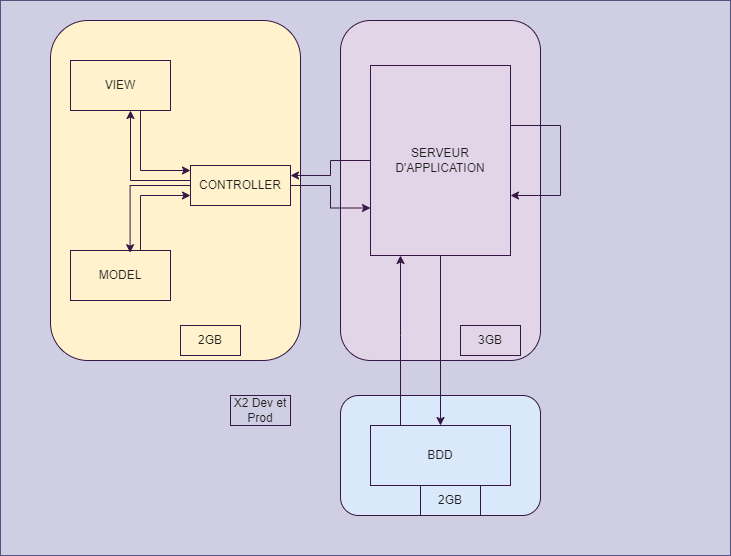
Before: atelier2/RENDU/img/Dynamique.drawio.png, a diagram exported from draw.io (bellat-tristan/ASI---WebDynamique---Microservices). Source tidied: cells renumbered, new cells last; positions are measured from the earlier drawing's top-left corner, leaving out a move shared by most shapes. Its diagram source:
```xml
<mxGraphModel>
  <root>
    <mxCell id="0" />
    <mxCell id="1" parent="0" />
    <mxCell id="2" style="rounded=0;whiteSpace=wrap;html=1;strokeColor=#56517e;fillColor=#d0cee2;" parent="1" vertex="1">
      <mxGeometry width="730" height="555" as="geometry" />
    </mxCell>
    <mxCell id="3" style="rounded=1;whiteSpace=wrap;html=1;fillColor=#e1d5e7;strokeColor=#361645;fontColor=#1F1F1F;" parent="1" vertex="1">
      <mxGeometry x="340" y="20" width="200" height="340" as="geometry" />
    </mxCell>
    <mxCell id="4" style="rounded=1;whiteSpace=wrap;html=1;fillColor=#dae8fc;strokeColor=#361645;fontColor=#1F1F1F;" parent="1" vertex="1">
      <mxGeometry x="340" y="395" width="200" height="120" as="geometry" />
    </mxCell>
    <mxCell id="5" style="edgeStyle=orthogonalEdgeStyle;rounded=0;jettySize=auto;html=1;entryX=0.5;entryY=0;entryDx=0;entryDy=0;fontColor=#1F1F1F;strokeColor=#361645;" parent="1" edge="1" source="6" target="8">
      <mxGeometry relative="1" as="geometry" />
    </mxCell>
    <mxCell id="6" value="SERVEUR D'APPLICATION" style="rounded=0;whiteSpace=wrap;html=1;fillColor=none;fontColor=#1F1F1F;strokeColor=#361645;" parent="1" vertex="1">
      <mxGeometry x="370" y="65" width="140" height="190" as="geometry" />
    </mxCell>
    <mxCell id="7" style="edgeStyle=orthogonalEdgeStyle;rounded=0;jettySize=auto;html=1;fontColor=#1F1F1F;strokeColor=#361645;" parent="1" edge="1" source="8" target="6">
      <mxGeometry relative="1" as="geometry">
        <Array as="points">
          <mxPoint x="400" y="335" />
          <mxPoint x="400" y="335" />
        </Array>
      </mxGeometry>
    </mxCell>
    <mxCell id="8" value="BDD" style="rounded=0;whiteSpace=wrap;html=1;fillColor=none;fontColor=#1F1F1F;strokeColor=#361645;" parent="1" vertex="1">
      <mxGeometry x="370" y="425" width="140" height="60" as="geometry" />
    </mxCell>
    <mxCell id="9" style="edgeStyle=orthogonalEdgeStyle;rounded=0;orthogonalLoop=1;jettySize=auto;html=1;fontColor=#1F1F1F;strokeColor=#361645;" parent="1" edge="1" source="6" target="6">
      <mxGeometry relative="1" as="geometry">
        <Array as="points">
          <mxPoint x="560" y="195" />
        </Array>
      </mxGeometry>
    </mxCell>
    <mxCell id="10" value="X2 Dev et Prod" style="text;html=1;align=center;verticalAlign=middle;whiteSpace=wrap;rounded=0;fontColor=#1F1F1F;strokeColor=#361645;" parent="1" vertex="1">
      <mxGeometry x="230" y="395" width="60" height="30" as="geometry" />
    </mxCell>
    <mxCell id="11" value="2GB" style="text;html=1;align=center;verticalAlign=middle;whiteSpace=wrap;rounded=0;fontColor=#1F1F1F;strokeColor=#361645;" parent="1" vertex="1">
      <mxGeometry x="420" y="485" width="60" height="30" as="geometry" />
    </mxCell>
    <mxCell id="12" value="3GB" style="text;html=1;align=center;verticalAlign=middle;whiteSpace=wrap;rounded=0;fontColor=#1F1F1F;strokeColor=#361645;" parent="1" vertex="1">
      <mxGeometry x="460" y="325" width="60" height="30" as="geometry" />
    </mxCell>
    <mxCell id="13" style="rounded=1;whiteSpace=wrap;html=1;fillColor=#fff2cc;strokeColor=#361645;fontColor=#1F1F1F;" parent="1" vertex="1">
      <mxGeometry x="50" y="20" width="250" height="340" as="geometry" />
    </mxCell>
    <mxCell id="14" style="edgeStyle=orthogonalEdgeStyle;rounded=0;jettySize=auto;html=1;fontColor=#1F1F1F;strokeColor=#361645;" parent="1" edge="1" source="15" target="18">
      <mxGeometry relative="1" as="geometry">
        <Array as="points">
          <mxPoint x="140" y="170" />
        </Array>
      </mxGeometry>
    </mxCell>
    <mxCell id="15" value="VIEW" style="rounded=0;whiteSpace=wrap;html=1;fillColor=none;fontColor=#1F1F1F;strokeColor=#361645;" parent="1" vertex="1">
      <mxGeometry x="70" y="60" width="100" height="50" as="geometry" />
    </mxCell>
    <mxCell id="16" style="edgeStyle=orthogonalEdgeStyle;rounded=0;jettySize=auto;html=1;fontColor=#1F1F1F;strokeColor=#361645;" parent="1" edge="1" source="18" target="15">
      <mxGeometry relative="1" as="geometry">
        <Array as="points">
          <mxPoint x="130" y="180" />
        </Array>
      </mxGeometry>
    </mxCell>
    <mxCell id="17" style="edgeStyle=orthogonalEdgeStyle;rounded=0;jettySize=auto;html=1;entryX=0;entryY=0.75;entryDx=0;entryDy=0;fontColor=#1F1F1F;strokeColor=#361645;" parent="1" edge="1" source="18" target="6">
      <mxGeometry relative="1" as="geometry" />
    </mxCell>
    <mxCell id="18" value="CONTROLLER" style="rounded=0;whiteSpace=wrap;html=1;fillColor=none;fontColor=#1F1F1F;strokeColor=#361645;" parent="1" vertex="1">
      <mxGeometry x="190" y="165" width="100" height="40" as="geometry" />
    </mxCell>
    <mxCell id="19" value="2GB" style="text;html=1;align=center;verticalAlign=middle;whiteSpace=wrap;rounded=0;fontColor=#1F1F1F;strokeColor=#361645;" parent="1" vertex="1">
      <mxGeometry x="180" y="325" width="60" height="30" as="geometry" />
    </mxCell>
    <mxCell id="20" style="edgeStyle=orthogonalEdgeStyle;rounded=0;jettySize=auto;html=1;entryX=0;entryY=0.75;entryDx=0;entryDy=0;fontColor=#1F1F1F;strokeColor=#361645;" parent="1" edge="1" source="21" target="18">
      <mxGeometry relative="1" as="geometry">
        <Array as="points">
          <mxPoint x="140" y="195" />
        </Array>
      </mxGeometry>
    </mxCell>
    <mxCell id="21" value="MODEL" style="rounded=0;whiteSpace=wrap;html=1;fillColor=none;fontColor=#1F1F1F;strokeColor=#361645;" parent="1" vertex="1">
      <mxGeometry x="70" y="250" width="100" height="50" as="geometry" />
    </mxCell>
    <mxCell id="22" style="edgeStyle=orthogonalEdgeStyle;rounded=0;jettySize=auto;html=1;entryX=0.596;entryY=0.044;entryDx=0;entryDy=0;entryPerimeter=0;fontColor=#1F1F1F;strokeColor=#361645;" parent="1" edge="1" source="18" target="21">
      <mxGeometry relative="1" as="geometry" />
    </mxCell>
    <mxCell id="23" style="edgeStyle=orthogonalEdgeStyle;rounded=0;jettySize=auto;html=1;entryX=1;entryY=0.25;entryDx=0;entryDy=0;fontColor=#1F1F1F;strokeColor=#361645;" parent="1" edge="1" source="6" target="18">
      <mxGeometry relative="1" as="geometry" />
    </mxCell>
  </root>
</mxGraphModel>
```
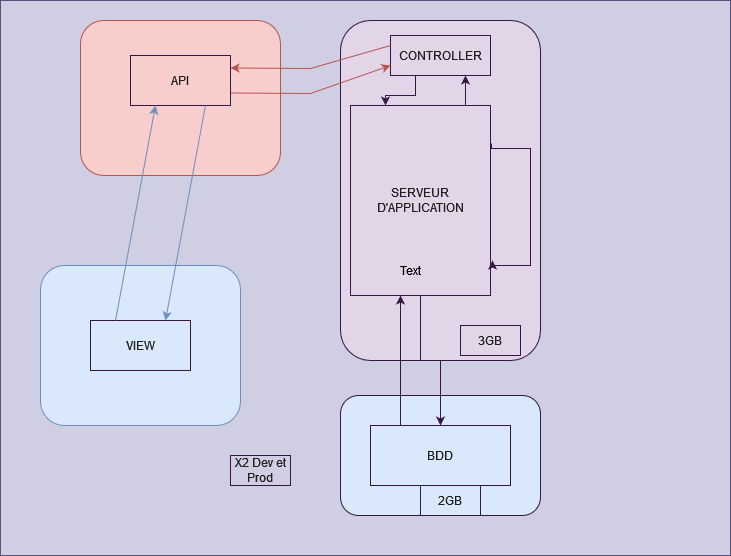
After the commit.

The edit, as a diff of the source:
```diff
@@ -15,7 +15,7 @@
       <mxGeometry relative="1" as="geometry" />
     </mxCell>
     <mxCell id="6" value="SERVEUR D'APPLICATION" style="rounded=0;whiteSpace=wrap;html=1;fillColor=none;fontColor=#1F1F1F;strokeColor=#361645;" parent="1" vertex="1">
-      <mxGeometry x="370" y="65" width="140" height="190" as="geometry" />
+      <mxGeometry x="350" y="105" width="140" height="190" as="geometry" />
     </mxCell>
     <mxCell id="7" style="edgeStyle=orthogonalEdgeStyle;rounded=0;jettySize=auto;html=1;fontColor=#1F1F1F;strokeColor=#361645;" parent="1" edge="1" source="8" target="6">
       <mxGeometry relative="1" as="geometry">
@@ -28,15 +28,18 @@
     <mxCell id="8" value="BDD" style="rounded=0;whiteSpace=wrap;html=1;fillColor=none;fontColor=#1F1F1F;strokeColor=#361645;" parent="1" vertex="1">
       <mxGeometry x="370" y="425" width="140" height="60" as="geometry" />
     </mxCell>
-    <mxCell id="9" style="edgeStyle=orthogonalEdgeStyle;rounded=0;orthogonalLoop=1;jettySize=auto;html=1;fontColor=#1F1F1F;strokeColor=#361645;" parent="1" edge="1" source="6" target="6">
+    <mxCell id="9" style="edgeStyle=orthogonalEdgeStyle;rounded=0;orthogonalLoop=1;jettySize=auto;html=1;fontColor=#1F1F1F;strokeColor=#361645;entryX=1.014;entryY=0.816;entryDx=0;entryDy=0;entryPerimeter=0;exitX=1.007;exitY=0.2;exitDx=0;exitDy=0;exitPerimeter=0;" parent="1" edge="1" source="6" target="6">
       <mxGeometry relative="1" as="geometry">
         <Array as="points">
-          <mxPoint x="560" y="195" />
+          <mxPoint x="491" y="148" />
+          <mxPoint x="530" y="148" />
+          <mxPoint x="530" y="265" />
+          <mxPoint x="492" y="265" />
         </Array>
       </mxGeometry>
     </mxCell>
     <mxCell id="10" value="X2 Dev et Prod" style="text;html=1;align=center;verticalAlign=middle;whiteSpace=wrap;rounded=0;fontColor=#1F1F1F;strokeColor=#361645;" parent="1" vertex="1">
-      <mxGeometry x="230" y="395" width="60" height="30" as="geometry" />
+      <mxGeometry x="230" y="455" width="60" height="30" as="geometry" />
     </mxCell>
     <mxCell id="11" value="2GB" style="text;html=1;align=center;verticalAlign=middle;whiteSpace=wrap;rounded=0;fontColor=#1F1F1F;strokeColor=#361645;" parent="1" vertex="1">
       <mxGeometry x="420" y="485" width="60" height="30" as="geometry" />
@@ -44,50 +47,54 @@
     <mxCell id="12" value="3GB" style="text;html=1;align=center;verticalAlign=middle;whiteSpace=wrap;rounded=0;fontColor=#1F1F1F;strokeColor=#361645;" parent="1" vertex="1">
       <mxGeometry x="460" y="325" width="60" height="30" as="geometry" />
     </mxCell>
-    <mxCell id="13" style="rounded=1;whiteSpace=wrap;html=1;fillColor=#fff2cc;strokeColor=#361645;fontColor=#1F1F1F;" parent="1" vertex="1">
-      <mxGeometry x="50" y="20" width="250" height="340" as="geometry" />
+    <mxCell id="13" style="rounded=1;whiteSpace=wrap;html=1;fillColor=#f8cecc;strokeColor=#b85450;" parent="1" vertex="1">
+      <mxGeometry x="80" y="20" width="200" height="155" as="geometry" />
     </mxCell>
-    <mxCell id="14" style="edgeStyle=orthogonalEdgeStyle;rounded=0;jettySize=auto;html=1;fontColor=#1F1F1F;strokeColor=#361645;" parent="1" edge="1" source="15" target="18">
-      <mxGeometry relative="1" as="geometry">
-        <Array as="points">
-          <mxPoint x="140" y="170" />
-        </Array>
-      </mxGeometry>
-    </mxCell>
-    <mxCell id="15" value="VIEW" style="rounded=0;whiteSpace=wrap;html=1;fillColor=none;fontColor=#1F1F1F;strokeColor=#361645;" parent="1" vertex="1">
-      <mxGeometry x="70" y="60" width="100" height="50" as="geometry" />
-    </mxCell>
-    <mxCell id="16" style="edgeStyle=orthogonalEdgeStyle;rounded=0;jettySize=auto;html=1;fontColor=#1F1F1F;strokeColor=#361645;" parent="1" edge="1" source="18" target="15">
-      <mxGeometry relative="1" as="geometry">
-        <Array as="points">
-          <mxPoint x="130" y="180" />
-        </Array>
-      </mxGeometry>
-    </mxCell>
-    <mxCell id="17" style="edgeStyle=orthogonalEdgeStyle;rounded=0;jettySize=auto;html=1;entryX=0;entryY=0.75;entryDx=0;entryDy=0;fontColor=#1F1F1F;strokeColor=#361645;" parent="1" edge="1" source="18" target="6">
-      <mxGeometry relative="1" as="geometry" />
+    <mxCell id="17" style="edgeStyle=orthogonalEdgeStyle;rounded=0;jettySize=auto;html=1;entryX=0.25;entryY=0;entryDx=0;entryDy=0;fontColor=#1F1F1F;strokeColor=#361645;exitX=0.25;exitY=1;exitDx=0;exitDy=0;" parent="1" edge="1" source="18" target="6">
+      <mxGeometry relative="1" as="geometry">
+        <Array as="points">
+          <mxPoint x="415" y="95" />
+          <mxPoint x="385" y="95" />
+        </Array>
+      </mxGeometry>
     </mxCell>
     <mxCell id="18" value="CONTROLLER" style="rounded=0;whiteSpace=wrap;html=1;fillColor=none;fontColor=#1F1F1F;strokeColor=#361645;" parent="1" vertex="1">
-      <mxGeometry x="190" y="165" width="100" height="40" as="geometry" />
+      <mxGeometry x="390" y="35" width="100" height="40" as="geometry" />
     </mxCell>
-    <mxCell id="19" value="2GB" style="text;html=1;align=center;verticalAlign=middle;whiteSpace=wrap;rounded=0;fontColor=#1F1F1F;strokeColor=#361645;" parent="1" vertex="1">
-      <mxGeometry x="180" y="325" width="60" height="30" as="geometry" />
-    </mxCell>
-    <mxCell id="20" style="edgeStyle=orthogonalEdgeStyle;rounded=0;jettySize=auto;html=1;entryX=0;entryY=0.75;entryDx=0;entryDy=0;fontColor=#1F1F1F;strokeColor=#361645;" parent="1" edge="1" source="21" target="18">
-      <mxGeometry relative="1" as="geometry">
-        <Array as="points">
-          <mxPoint x="140" y="195" />
-        </Array>
-      </mxGeometry>
-    </mxCell>
-    <mxCell id="21" value="MODEL" style="rounded=0;whiteSpace=wrap;html=1;fillColor=none;fontColor=#1F1F1F;strokeColor=#361645;" parent="1" vertex="1">
-      <mxGeometry x="70" y="250" width="100" height="50" as="geometry" />
-    </mxCell>
-    <mxCell id="22" style="edgeStyle=orthogonalEdgeStyle;rounded=0;jettySize=auto;html=1;entryX=0.596;entryY=0.044;entryDx=0;entryDy=0;entryPerimeter=0;fontColor=#1F1F1F;strokeColor=#361645;" parent="1" edge="1" source="18" target="21">
-      <mxGeometry relative="1" as="geometry" />
-    </mxCell>
-    <mxCell id="23" style="edgeStyle=orthogonalEdgeStyle;rounded=0;jettySize=auto;html=1;entryX=1;entryY=0.25;entryDx=0;entryDy=0;fontColor=#1F1F1F;strokeColor=#361645;" parent="1" edge="1" source="6" target="18">
+    <mxCell id="23" style="edgeStyle=orthogonalEdgeStyle;rounded=0;jettySize=auto;html=1;entryX=0.75;entryY=1;entryDx=0;entryDy=0;fontColor=#1F1F1F;strokeColor=#361645;exitX=0.75;exitY=0;exitDx=0;exitDy=0;" parent="1" edge="1" source="6" target="18">
       <mxGeometry relative="1" as="geometry" />
     </mxCell>
+    <mxCell id="24" style="rounded=1;whiteSpace=wrap;html=1;fillColor=#dae8fc;strokeColor=#6c8ebf;" parent="1" vertex="1">
+      <mxGeometry x="40" y="265" width="200" height="160" as="geometry" />
+    </mxCell>
+    <mxCell id="15" value="VIEW" style="rounded=0;whiteSpace=wrap;html=1;fillColor=none;fontColor=#1F1F1F;strokeColor=#361645;" parent="1" vertex="1">
+      <mxGeometry x="90" y="320" width="100" height="50" as="geometry" />
+    </mxCell>
+    <mxCell id="25" value="Text" style="text;html=1;align=center;verticalAlign=middle;whiteSpace=wrap;rounded=0;" parent="1" vertex="1">
+      <mxGeometry x="380" y="255" width="60" height="30" as="geometry" />
+    </mxCell>
+    <mxCell id="26" value="API" style="rounded=0;whiteSpace=wrap;html=1;fillColor=none;fontColor=#1F1F1F;strokeColor=#361645;" parent="1" vertex="1">
+      <mxGeometry x="130" y="55" width="100" height="50" as="geometry" />
+    </mxCell>
+    <mxCell id="27" style="endArrow=classic;html=1;rounded=0;entryX=1;entryY=0.25;entryDx=0;entryDy=0;exitX=0;exitY=0.25;exitDx=0;exitDy=0;fillColor=#f8cecc;strokeColor=#b85450;" parent="1" edge="1" source="18" target="26">
+      <mxGeometry relative="1" as="geometry">
+        <Array as="points">
+          <mxPoint x="310" y="68" />
+        </Array>
+      </mxGeometry>
+    </mxCell>
+    <mxCell id="28" style="endArrow=classic;html=1;rounded=0;entryX=0;entryY=0.75;entryDx=0;entryDy=0;exitX=1;exitY=0.75;exitDx=0;exitDy=0;fillColor=#f8cecc;strokeColor=#b85450;" parent="1" edge="1" source="26" target="18">
+      <mxGeometry relative="1" as="geometry">
+        <Array as="points">
+          <mxPoint x="310" y="93" />
+        </Array>
+      </mxGeometry>
+    </mxCell>
+    <mxCell id="29" style="endArrow=classic;html=1;rounded=0;exitX=0.25;exitY=0;exitDx=0;exitDy=0;entryX=0.25;entryY=1;entryDx=0;entryDy=0;fillColor=#dae8fc;strokeColor=#6c8ebf;" parent="1" edge="1" source="15" target="26">
+      <mxGeometry relative="1" as="geometry" />
+    </mxCell>
+    <mxCell id="30" style="endArrow=classic;html=1;rounded=0;exitX=0.75;exitY=1;exitDx=0;exitDy=0;entryX=0.75;entryY=0;entryDx=0;entryDy=0;fillColor=#dae8fc;strokeColor=#6c8ebf;" parent="1" edge="1" source="26" target="15">
+      <mxGeometry relative="1" as="geometry" />
+    </mxCell>
   </root>
 </mxGraphModel>
```
